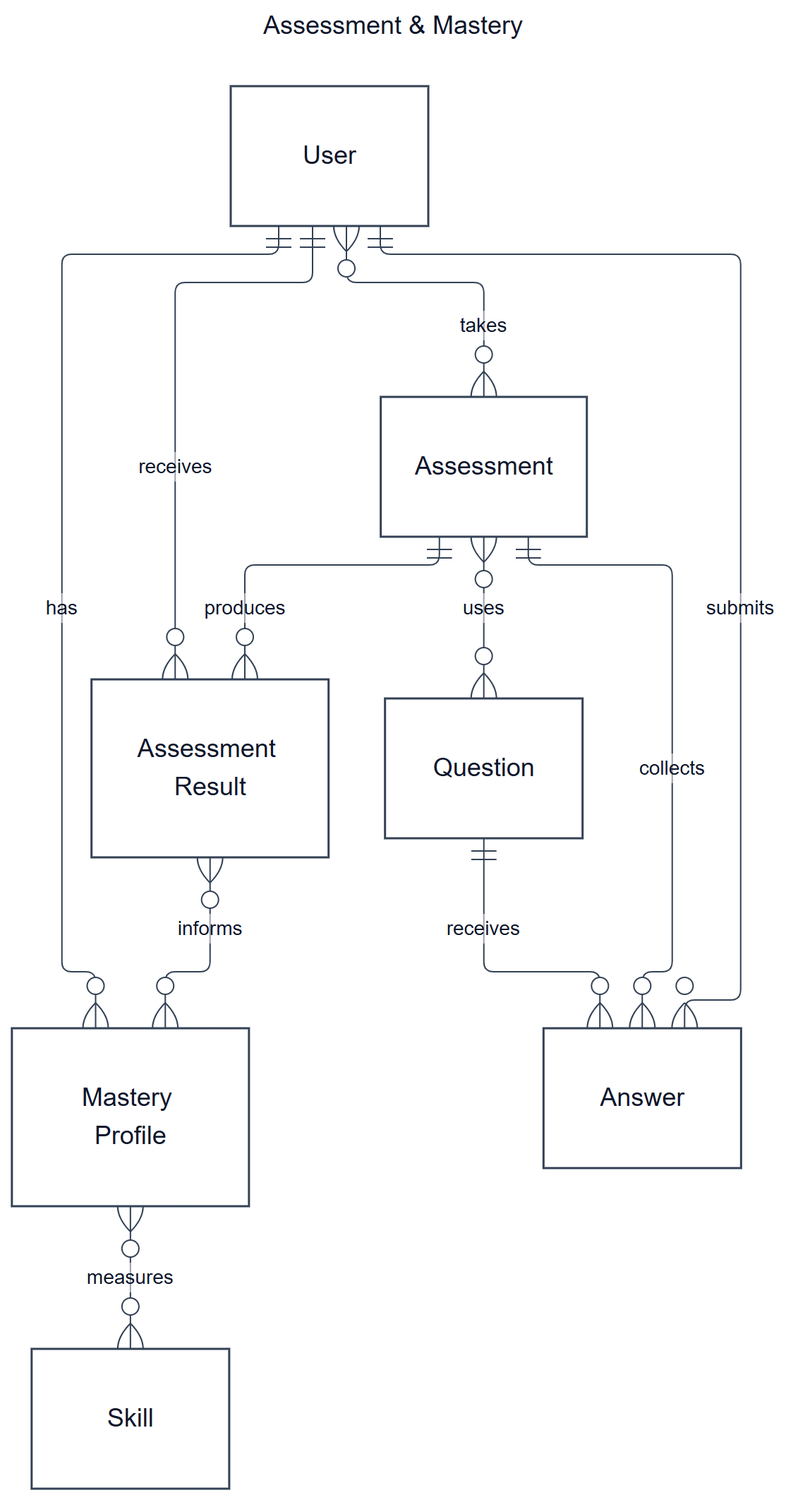
SEP490-Fall-2026-GFA26SE64/SEP490 keeps this Mermaid diagram as documents/diagrams/mermaid/cerd-02.png. Above is the earlier version. Its source is kept beside it as documents/diagrams/mermaid/cerd-02.mmd.
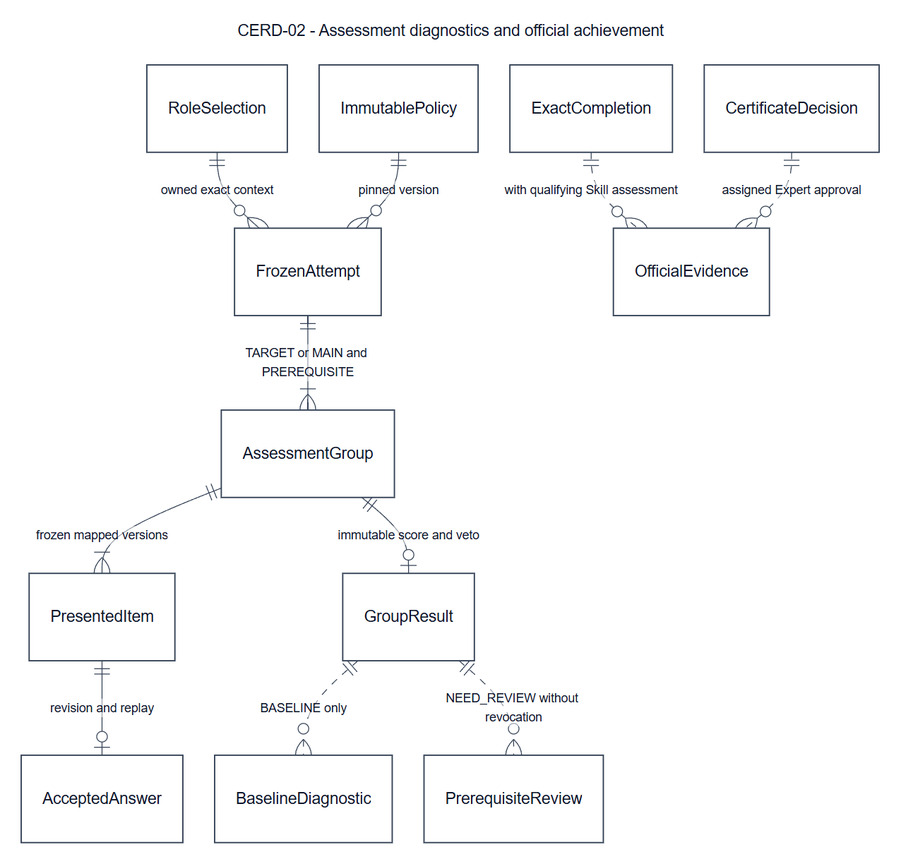
Above is the later version.

What changed in the source:
```diff
@@ -1,7 +1,7 @@
 ---
-title: "Assessment & Mastery"
+title: "CERD-02 - Assessment diagnostics and official achievement"
 config:
-  layout: elk
+  layout: dagre
   look: classic
   theme: base
   fontFamily: "Arial, sans-serif"
@@ -9,21 +9,16 @@
   themeVariables: {background: "#ffffff", primaryColor: "#ffffff", primaryTextColor: "#0f172a", primaryBorderColor: "#334155", lineColor: "#334155", textColor: "#0f172a", edgeLabelBackground: "#ffffff", fontSize: "18px"}
   er: {nodeSpacing: 36, rankSpacing: 65, minEntityWidth: 140, diagramPadding: 24}
 ---
+
 erDiagram
-  C02_User["User"]
-  C02_Assessment["Assessment"]
-  C02_Question["Question"]
-  C02_Answer["Answer"]
-  C02_Result["Assessment Result"]
-  C02_Profile["Mastery Profile"]
-  C02_Skill["Skill"]
-  C02_User }o--o{ C02_Assessment : "takes"
-  C02_Assessment }o--o{ C02_Question : "uses"
-  C02_User ||--o{ C02_Answer : "submits"
-  C02_Question ||--o{ C02_Answer : "receives"
-  C02_Assessment ||--o{ C02_Answer : "collects"
-  C02_Assessment ||--o{ C02_Result : "produces"
-  C02_User ||--o{ C02_Result : "receives"
-  C02_User ||--o{ C02_Profile : "has"
-  C02_Result }o--o{ C02_Profile : "informs"
-  C02_Profile }o--o{ C02_Skill : "measures"
+  direction TB
+  RoleSelection ||--o{ FrozenAttempt : "owned exact context"
+  ImmutablePolicy ||--o{ FrozenAttempt : "pinned version"
+  FrozenAttempt ||--|{ AssessmentGroup : "TARGET or MAIN and PREREQUISITE"
+  AssessmentGroup ||--|{ PresentedItem : "frozen mapped versions"
+  PresentedItem ||--o| AcceptedAnswer : "revision and replay"
+  AssessmentGroup ||--o| GroupResult : "immutable score and veto"
+  GroupResult ||..o{ BaselineDiagnostic : "BASELINE only"
+  ExactCompletion ||..o{ OfficialEvidence : "with qualifying Skill assessment"
+  CertificateDecision ||..o{ OfficialEvidence : "assigned Expert approval"
+  GroupResult ||..o{ PrerequisiteReview : "NEED_REVIEW without revocation"
```
